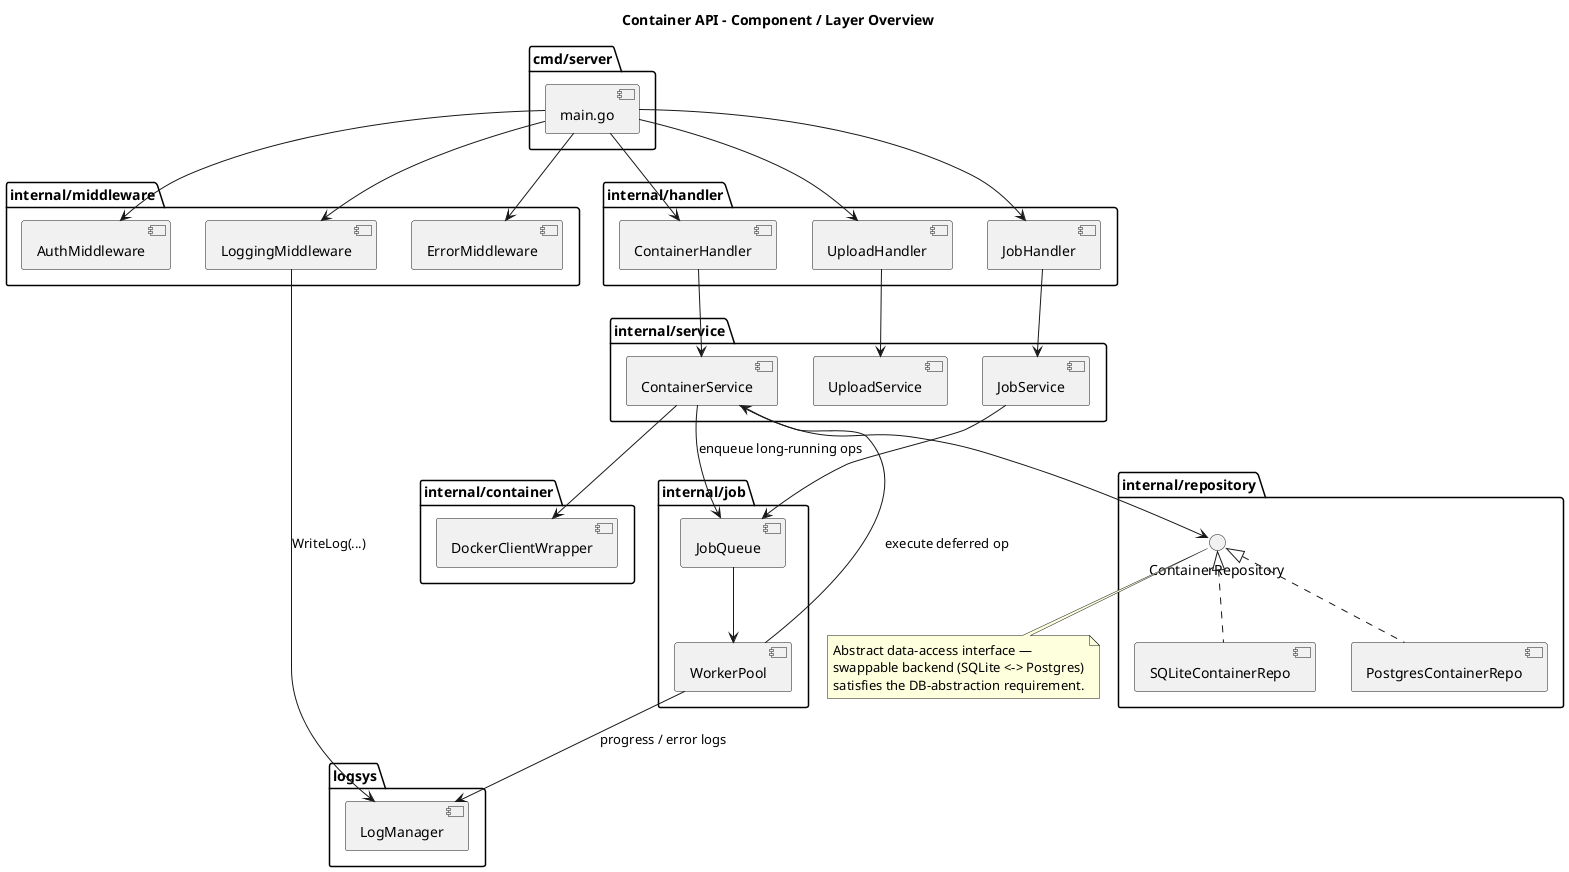
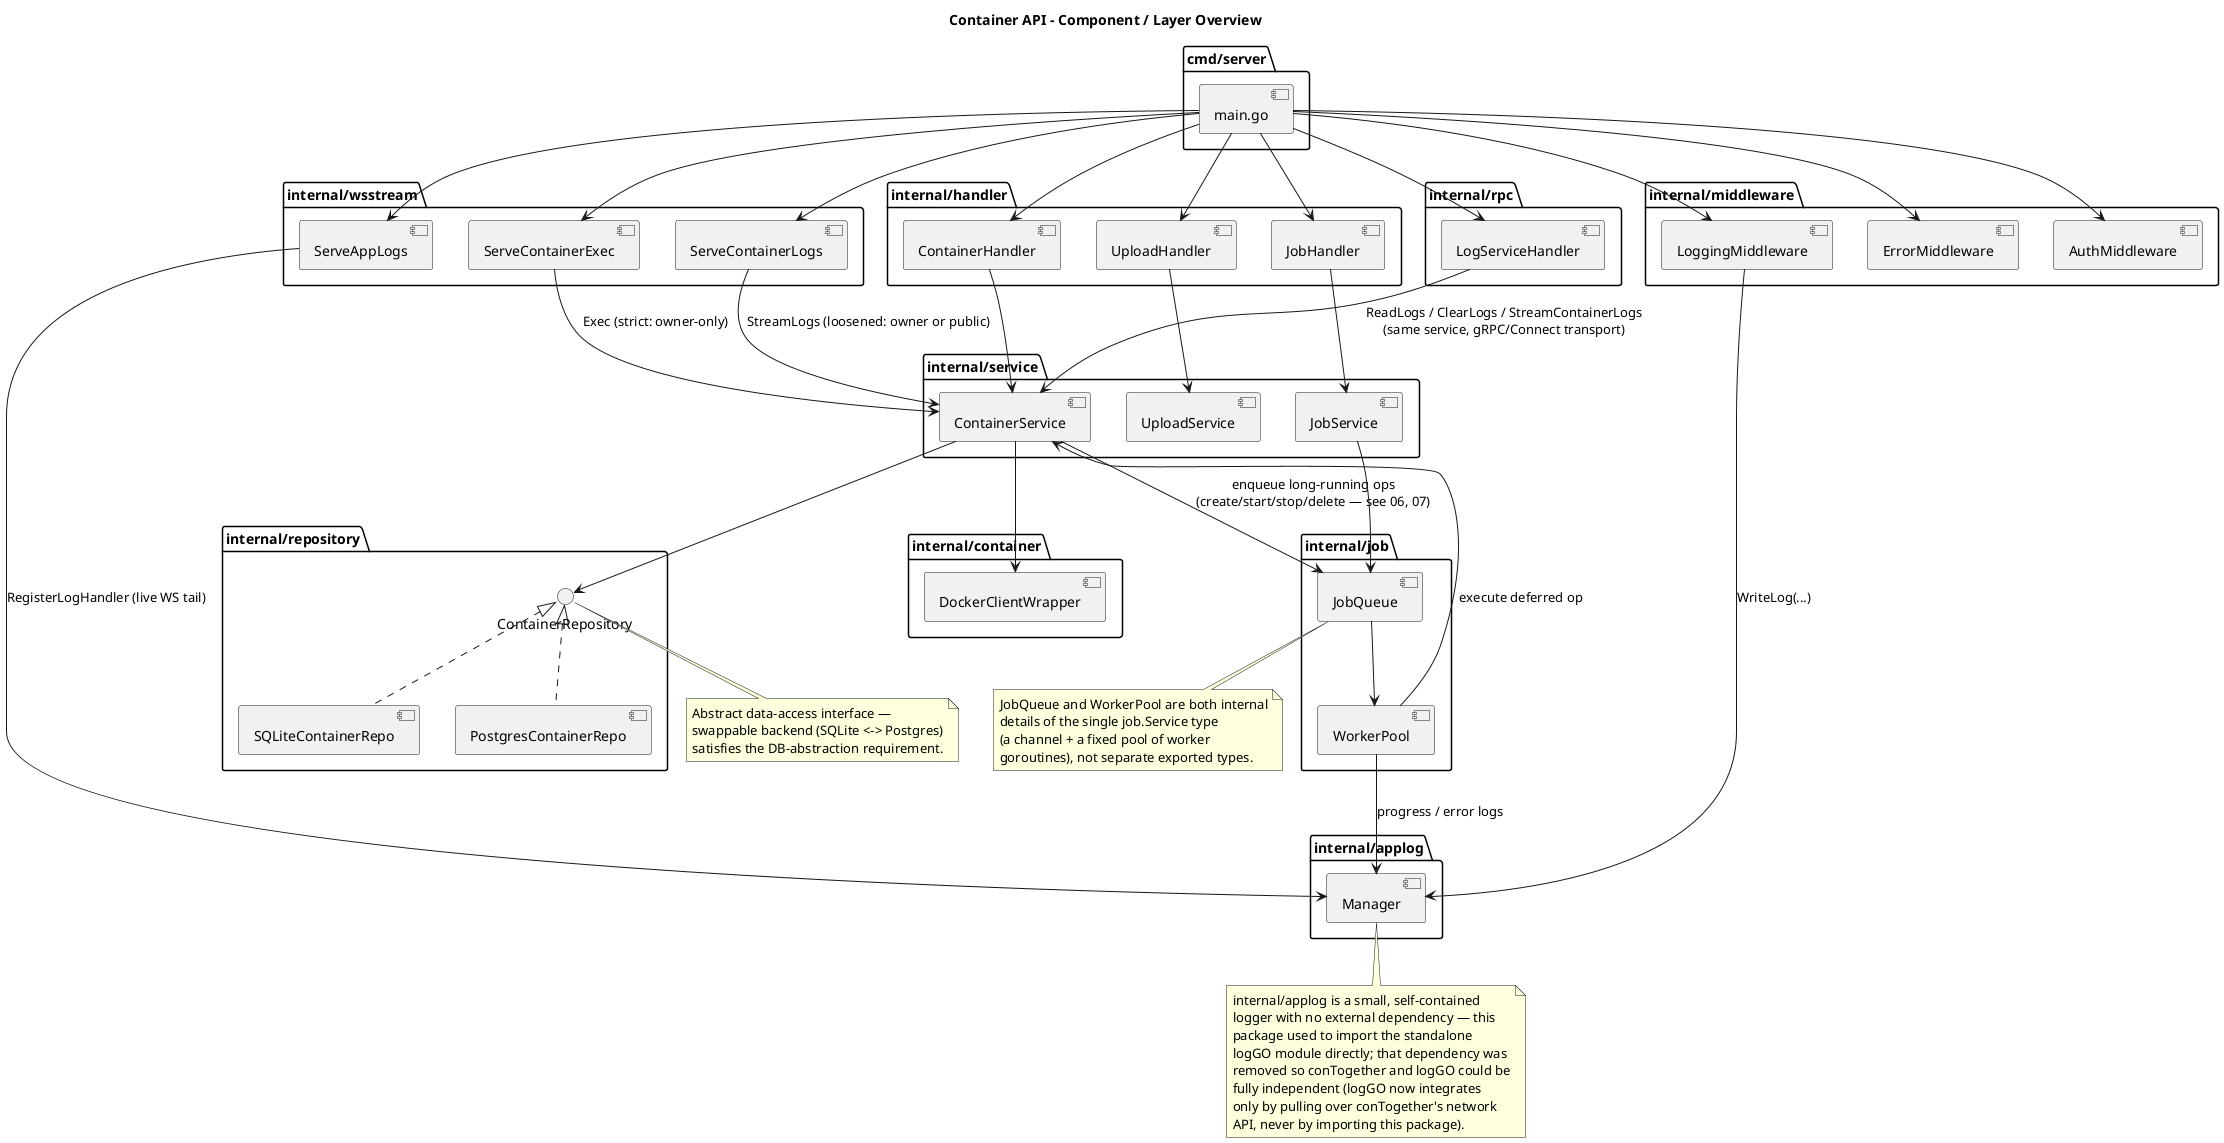
@startuml
title Container API - Component / Layer Overview

package "cmd/server" {
  [main.go] as Main
}

package "internal/middleware" {
  [AuthMiddleware]
  [LoggingMiddleware]
  [ErrorMiddleware]
}

package "internal/handler" {
  [ContainerHandler]
  [UploadHandler]
  [JobHandler]
}

package "internal/service" {
  [ContainerService]
  [UploadService]
  [JobService]
}

package "internal/repository" {
  interface ContainerRepository
  [SQLiteContainerRepo]
  [PostgresContainerRepo]
}

package "internal/container" {
  [DockerClientWrapper]
}

package "internal/job" {
  [JobQueue]
  [WorkerPool]
}

- package "logsys" {
-   [LogManager]
+ package "internal/wsstream" {
+   [ServeAppLogs]
+   [ServeContainerLogs]
+   [ServeContainerExec]
+ }
+ 
+ package "internal/rpc" {
+   [LogServiceHandler]
+ }
+ 
+ package "internal/applog" {
+   [Manager] as AppLogManager
}

Main --> AuthMiddleware
Main --> LoggingMiddleware
Main --> ErrorMiddleware
Main --> ContainerHandler
Main --> UploadHandler
Main --> JobHandler
+ Main --> ServeAppLogs
+ Main --> ServeContainerLogs
+ Main --> ServeContainerExec
+ Main --> LogServiceHandler

- LoggingMiddleware --> LogManager : WriteLog(...)
+ LoggingMiddleware --> AppLogManager : WriteLog(...)

ContainerHandler --> ContainerService
UploadHandler --> UploadService
JobHandler --> JobService
+ ServeContainerLogs --> ContainerService : StreamLogs (loosened: owner or public)
+ ServeContainerExec --> ContainerService : Exec (strict: owner-only)
+ ServeAppLogs --> AppLogManager : RegisterLogHandler (live WS tail)
+ LogServiceHandler --> ContainerService : ReadLogs / ClearLogs / StreamContainerLogs\n(same service, gRPC/Connect transport)

ContainerService --> ContainerRepository
ContainerService --> DockerClientWrapper
- ContainerService --> JobQueue : enqueue long-running ops
+ ContainerService --> JobQueue : enqueue long-running ops\n(create/start/stop/delete — see 06, 07)

JobService --> JobQueue
JobQueue --> WorkerPool
WorkerPool --> ContainerService : execute deferred op
- WorkerPool --> LogManager : progress / error logs
+ WorkerPool --> AppLogManager : progress / error logs

ContainerRepository <|.. SQLiteContainerRepo
ContainerRepository <|.. PostgresContainerRepo

note bottom of ContainerRepository
  Abstract data-access interface —
  swappable backend (SQLite <-> Postgres)
  satisfies the DB-abstraction requirement.
end note

+ note bottom of AppLogManager
+   internal/applog is a small, self-contained
+   logger with no external dependency — this
+   package used to import the standalone
+   logGO module directly; that dependency was
+   removed so conTogether and logGO could be
+   fully independent (logGO now integrates
+   only by pulling over conTogether's network
+   API, never by importing this package).
+ end note
+ 
+ note bottom of JobQueue
+   JobQueue and WorkerPool are both internal
+   details of the single job.Service type
+   (a channel + a fixed pool of worker
+   goroutines), not separate exported types.
+ end note
+ 
@enduml
